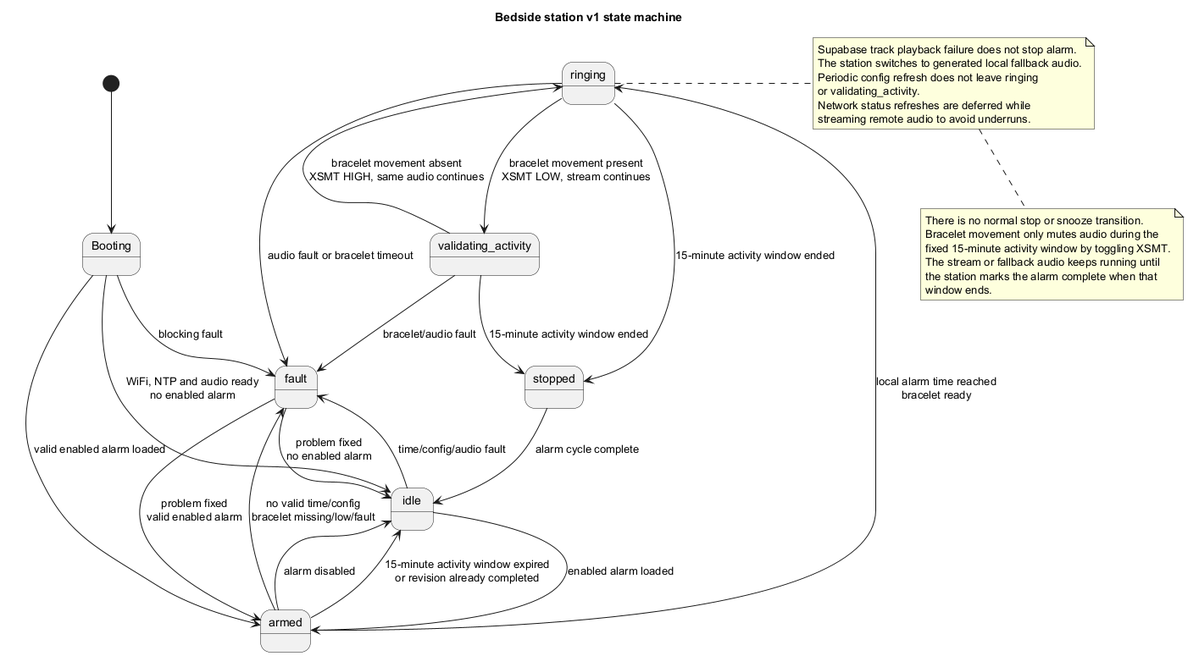
This is code/boite hp/UML/station_state_machine.png from Jzn-wbr/Starter, a PlantUML export, as it was before one commit. Its diagram source:
```plantuml
@startuml
title Bedside station v1 state machine

[*] --> Booting
Booting --> idle : WiFi, NTP and audio ready\nno enabled alarm
Booting --> armed : valid enabled alarm loaded
Booting --> fault : blocking fault

idle --> armed : enabled alarm loaded
idle --> fault : time/config/audio fault

armed --> idle : alarm disabled
armed --> ringing : local alarm time reached\nbracelet ready
armed --> idle : 15-minute activity window expired\nor revision already completed
armed --> fault : no valid time/config\nbracelet missing/low/fault

ringing --> validating_activity : bracelet movement present\nXSMT LOW, stream continues
ringing --> stopped : 15-minute activity window ended
ringing --> fault : audio fault or bracelet timeout

validating_activity --> ringing : bracelet movement absent\nXSMT HIGH, same audio continues
validating_activity --> stopped : 15-minute activity window ended
validating_activity --> fault : bracelet/audio fault

stopped --> idle : alarm cycle complete

fault --> idle : problem fixed\nno enabled alarm
fault --> armed : problem fixed\nvalid enabled alarm

note right of ringing
Supabase track playback failure does not stop alarm.
The station switches to generated local fallback audio.
Periodic config refresh does not leave ringing
or validating_activity.
Network status refreshes are deferred while
streaming remote audio to avoid underruns.
end note

note bottom
There is no normal stop or snooze transition.
Bracelet movement only mutes audio during the
fixed 15-minute activity window by toggling XSMT.
The stream or fallback audio keeps running until
the station marks the alarm complete when that
window ends.
end note

@enduml
```
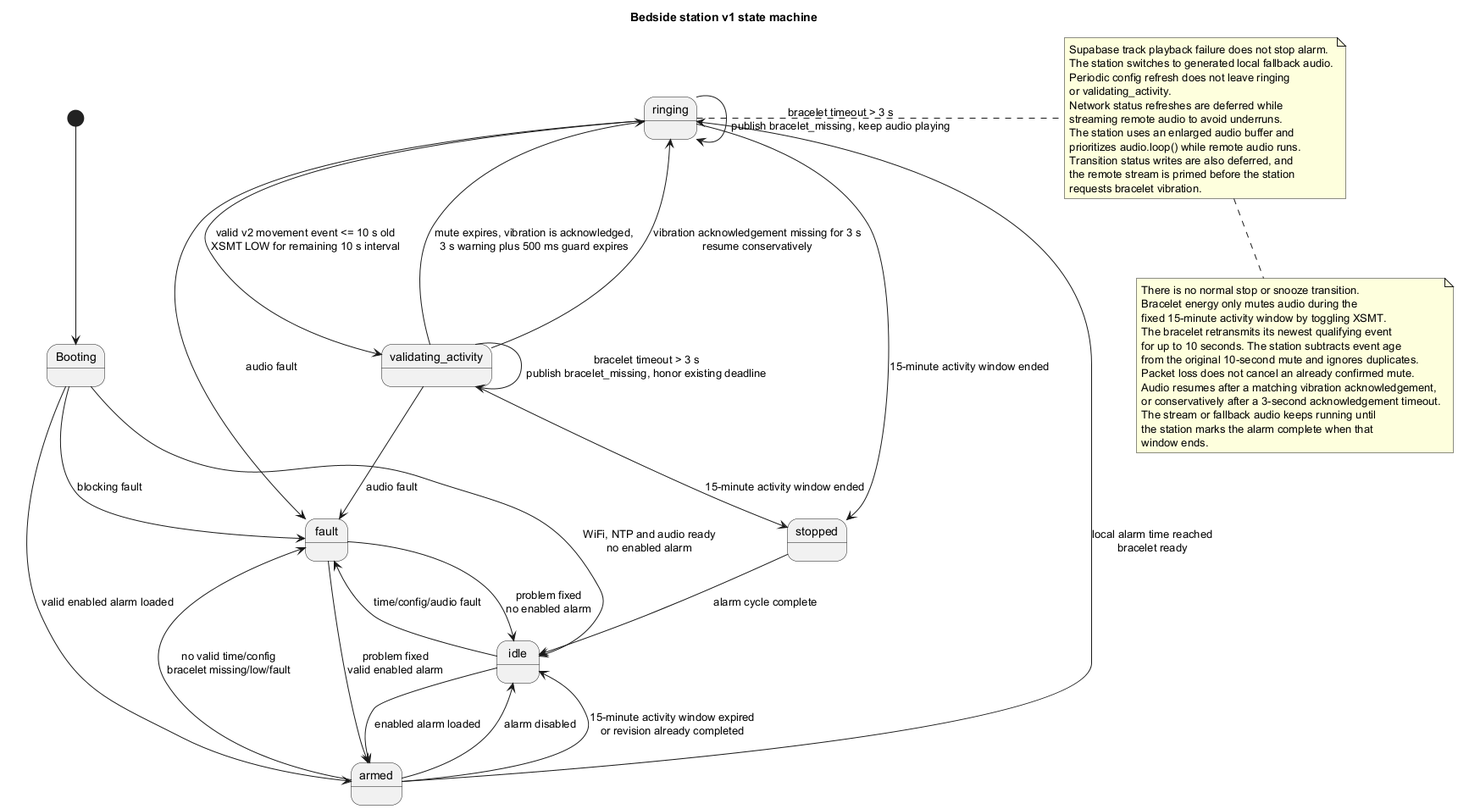
The same file after the commit.

Change to the diagram source:
```diff
@@ -14,13 +14,16 @@
 armed --> idle : 15-minute activity window expired\nor revision already completed
 armed --> fault : no valid time/config\nbracelet missing/low/fault
 
-ringing --> validating_activity : bracelet movement present\nXSMT LOW, stream continues
+ringing --> validating_activity : valid v2 movement event <= 10 s old\nXSMT LOW for remaining 10 s interval
 ringing --> stopped : 15-minute activity window ended
-ringing --> fault : audio fault or bracelet timeout
+ringing --> ringing : bracelet timeout > 3 s\npublish bracelet_missing, keep audio playing
+ringing --> fault : audio fault
 
-validating_activity --> ringing : bracelet movement absent\nXSMT HIGH, same audio continues
+validating_activity --> ringing : mute expires, vibration is acknowledged,\n3 s warning plus 500 ms guard expires
+validating_activity --> ringing : vibration acknowledgement missing for 3 s\nresume conservatively
+validating_activity --> validating_activity : bracelet timeout > 3 s\npublish bracelet_missing, honor existing deadline
 validating_activity --> stopped : 15-minute activity window ended
-validating_activity --> fault : bracelet/audio fault
+validating_activity --> fault : audio fault
 
 stopped --> idle : alarm cycle complete
 
@@ -34,12 +37,23 @@
 or validating_activity.
 Network status refreshes are deferred while
 streaming remote audio to avoid underruns.
+The station uses an enlarged audio buffer and
+prioritizes audio.loop() while remote audio runs.
+Transition status writes are also deferred, and
+the remote stream is primed before the station
+requests bracelet vibration.
 end note
 
 note bottom
 There is no normal stop or snooze transition.
-Bracelet movement only mutes audio during the
+Bracelet energy only mutes audio during the
 fixed 15-minute activity window by toggling XSMT.
+The bracelet retransmits its newest qualifying event
+for up to 10 seconds. The station subtracts event age
+from the original 10-second mute and ignores duplicates.
+Packet loss does not cancel an already confirmed mute.
+Audio resumes after a matching vibration acknowledgement,
+or conservatively after a 3-second acknowledgement timeout.
 The stream or fallback audio keeps running until
 the station marks the alarm complete when that
 window ends.
```
